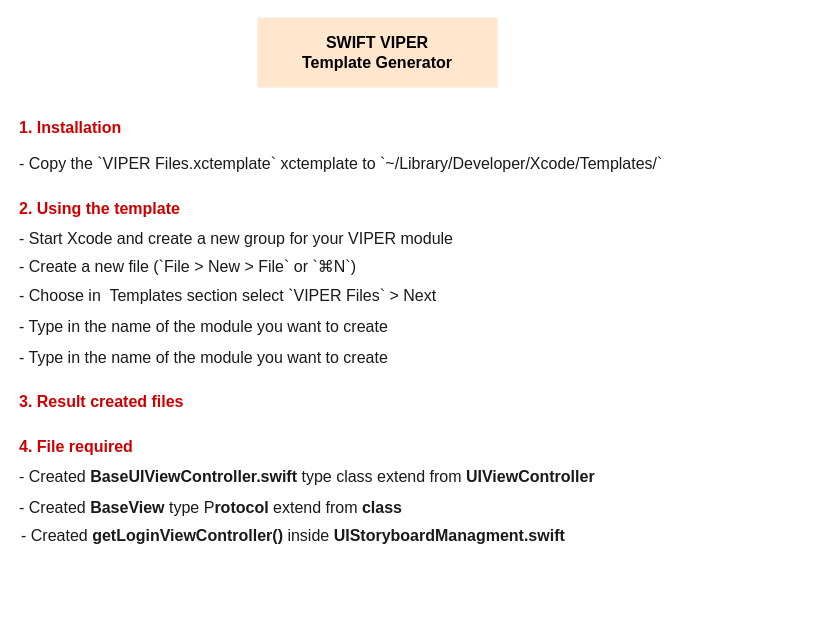
This is Untitled Diagram.drawio from peterkuch/cmadmob, a draw.io file, before an edit. Source tidied: cells renumbered, new cells numbered last; positions are measured from the earlier drawing's top-left corner, leaving out a move shared by most shapes. Both pictures are drawn from the tidied source at 100%, with x=0, y=0 at pixel (17, 17).
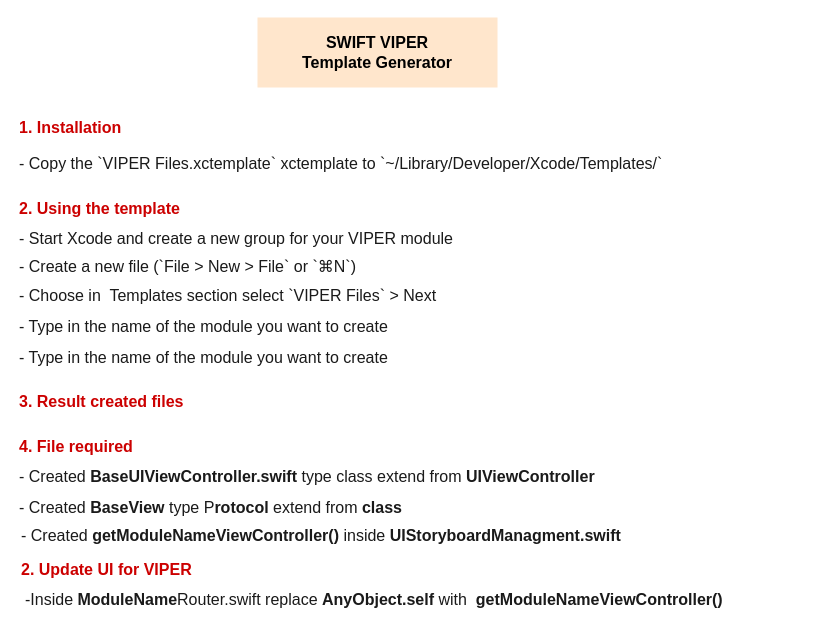
After the change.

Diff of the diagram source:
```diff
@@
 <mxGraphModel>
   <root>
     <mxCell id="0" />
     <mxCell id="1" parent="0" />
     <mxCell id="2" value="SWIFT VIPER &lt;br style=&quot;font-size: 16px;&quot;&gt;Template Generator" style="text;html=1;fillColor=#ffe6cc;align=center;verticalAlign=middle;whiteSpace=wrap;rounded=0;fontSize=16;fontStyle=1;" parent="1" vertex="1">
       <mxGeometry x="240" width="240" height="70" as="geometry" />
     </mxCell>
     <mxCell id="3" value="1. Installation" style="text;html=1;strokeColor=none;fillColor=none;align=left;verticalAlign=middle;whiteSpace=wrap;rounded=0;fontSize=16;fontColor=#CC0000;fontStyle=1;" parent="1" vertex="1">
       <mxGeometry y="100" width="240" height="20" as="geometry" />
     </mxCell>
     <mxCell id="4" value="- Copy the `VIPER Files.xctemplate` xctemplate&amp;nbsp;to `~/Library/Developer/Xcode/Templates/`" style="text;html=1;strokeColor=none;fillColor=none;align=left;verticalAlign=middle;whiteSpace=wrap;rounded=0;fontSize=16;fontColor=#1A1A1A;" parent="1" vertex="1">
       <mxGeometry y="126" width="790" height="40" as="geometry" />
     </mxCell>
     <mxCell id="5" value="2. Using the template" style="text;html=1;strokeColor=none;fillColor=none;align=left;verticalAlign=middle;whiteSpace=wrap;rounded=0;fontSize=16;fontColor=#CC0000;fontStyle=1;" parent="1" vertex="1">
       <mxGeometry y="181" width="240" height="20" as="geometry" />
     </mxCell>
     <mxCell id="6" value="- Start Xcode and create a new group for your VIPER module" style="text;html=1;strokeColor=none;fillColor=none;align=left;verticalAlign=middle;whiteSpace=wrap;rounded=0;fontSize=16;fontColor=#1A1A1A;" parent="1" vertex="1">
       <mxGeometry y="201" width="790" height="40" as="geometry" />
     </mxCell>
     <mxCell id="7" value="- Create a new file (`File &amp;gt; New &amp;gt; File` or `⌘N`)" style="text;html=1;strokeColor=none;fillColor=none;align=left;verticalAlign=middle;whiteSpace=wrap;rounded=0;fontSize=16;fontColor=#1A1A1A;" parent="1" vertex="1">
       <mxGeometry y="229" width="790" height="40" as="geometry" />
     </mxCell>
     <mxCell id="8" value="- Choose in&amp;nbsp; Templates section select `VIPER Files` &amp;gt; Next" style="text;html=1;strokeColor=none;fillColor=none;align=left;verticalAlign=middle;whiteSpace=wrap;rounded=0;fontSize=16;fontColor=#1A1A1A;" parent="1" vertex="1">
       <mxGeometry y="258" width="790" height="40" as="geometry" />
     </mxCell>
     <mxCell id="9" value="- Type in the name of the module you want to create" style="text;html=1;strokeColor=none;fillColor=none;align=left;verticalAlign=middle;whiteSpace=wrap;rounded=0;fontSize=16;fontColor=#1A1A1A;" parent="1" vertex="1">
       <mxGeometry y="289" width="790" height="40" as="geometry" />
     </mxCell>
     <mxCell id="10" value="- Type in the name of the module you want to create" style="text;html=1;strokeColor=none;fillColor=none;align=left;verticalAlign=middle;whiteSpace=wrap;rounded=0;fontSize=16;fontColor=#1A1A1A;" parent="1" vertex="1">
       <mxGeometry y="320" width="790" height="40" as="geometry" />
     </mxCell>
     <mxCell id="11" value="3. Result created files" style="text;html=1;strokeColor=none;fillColor=none;align=left;verticalAlign=middle;whiteSpace=wrap;rounded=0;fontSize=16;fontColor=#CC0000;fontStyle=1;" parent="1" vertex="1">
       <mxGeometry y="374" width="240" height="20" as="geometry" />
     </mxCell>
     <mxCell id="12" value="4. File required" style="text;html=1;strokeColor=none;fillColor=none;align=left;verticalAlign=middle;whiteSpace=wrap;rounded=0;fontSize=16;fontColor=#CC0000;fontStyle=1;" parent="1" vertex="1">
       <mxGeometry y="419" width="240" height="20" as="geometry" />
     </mxCell>
     <mxCell id="13" value="- Created&amp;nbsp;&lt;b&gt;BaseUIViewController.swift &lt;/b&gt;type class&amp;nbsp;extend from &lt;b&gt;UIViewController&lt;/b&gt;" style="text;html=1;strokeColor=none;fillColor=none;align=left;verticalAlign=middle;whiteSpace=wrap;rounded=0;fontSize=16;fontColor=#1A1A1A;" parent="1" vertex="1">
       <mxGeometry y="439" width="790" height="40" as="geometry" />
     </mxCell>
     <mxCell id="14" value="- Created&amp;nbsp;&lt;b&gt;BaseView&amp;nbsp;&lt;/b&gt;type P&lt;b&gt;rotocol&lt;/b&gt;&amp;nbsp;extend from &lt;b&gt;class&lt;/b&gt;" style="text;html=1;strokeColor=none;fillColor=none;align=left;verticalAlign=middle;whiteSpace=wrap;rounded=0;fontSize=16;fontColor=#1A1A1A;" parent="1" vertex="1">
       <mxGeometry y="470" width="790" height="40" as="geometry" />
     </mxCell>
-    <mxCell id="15" value="- Created&amp;nbsp;&lt;b&gt;getLoginViewController()&amp;nbsp;&lt;/b&gt;inside&amp;nbsp;&lt;b&gt;UIStoryboardManagment.swift&lt;/b&gt;" style="text;html=1;strokeColor=none;fillColor=none;align=left;verticalAlign=middle;whiteSpace=wrap;rounded=0;fontSize=16;fontColor=#1A1A1A;" parent="1" vertex="1">
+    <mxCell id="15" value="- Created&amp;nbsp;&lt;b&gt;getModuleNameViewController()&amp;nbsp;&lt;/b&gt;inside&amp;nbsp;&lt;b&gt;UIStoryboardManagment.swift&lt;/b&gt;" style="text;html=1;strokeColor=none;fillColor=none;align=left;verticalAlign=middle;whiteSpace=wrap;rounded=0;fontSize=16;fontColor=#1A1A1A;" parent="1" vertex="1">
       <mxGeometry x="2" y="498" width="790" height="40" as="geometry" />
     </mxCell>
+    <mxCell id="16" value="2. Update UI for VIPER" style="text;html=1;strokeColor=none;fillColor=none;align=left;verticalAlign=middle;whiteSpace=wrap;rounded=0;fontSize=16;fontColor=#CC0000;fontStyle=1;" parent="1" vertex="1">
+      <mxGeometry x="2" y="542" width="240" height="20" as="geometry" />
+    </mxCell>
+    <mxCell id="17" value="-Inside &lt;b&gt;ModuleName&lt;/b&gt;Router.swift replace&amp;nbsp;&lt;b&gt;AnyObject.self &lt;/b&gt;with&lt;b&gt;&amp;nbsp;&amp;nbsp;&lt;/b&gt;&lt;b&gt;getModuleNameViewController()&lt;/b&gt;" style="text;html=1;strokeColor=none;fillColor=none;align=left;verticalAlign=middle;whiteSpace=wrap;rounded=0;fontSize=16;fontColor=#1A1A1A;" parent="1" vertex="1">
+      <mxGeometry x="6" y="562" width="790" height="40" as="geometry" />
+    </mxCell>
   </root>
 </mxGraphModel>
```
